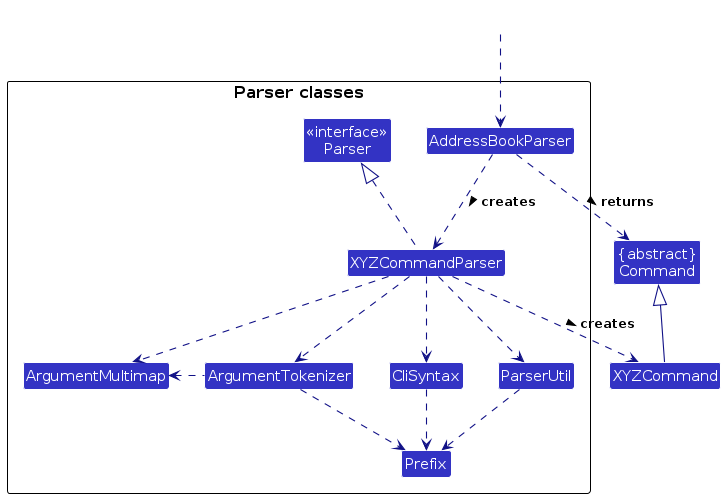
Before: diagrams/ParserClasses.png, a diagram exported from PlantUML (dloh2236/tp). Its source is kept beside it as diagrams/ParserClasses.puml. Source of this version:
```plantuml
@startuml
!include style.puml
skinparam arrowThickness 1.1
skinparam arrowColor LOGIC_COLOR_T4
skinparam classBackgroundColor LOGIC_COLOR

Class "{abstract}\nCommand" as Command
Class XYZCommand

package "Parser classes"{
Class "<<interface>>\nParser" as Parser
Class AddressBookParser
Class XYZCommandParser
Class CliSyntax
Class ParserUtil
Class ArgumentMultimap
Class ArgumentTokenizer
Class Prefix
}

Class HiddenOutside #FFFFFF
HiddenOutside ..> AddressBookParser

AddressBookParser .down.> XYZCommandParser: creates >

XYZCommandParser ..> XYZCommand : creates >
AddressBookParser ..> Command : returns >
XYZCommandParser .up.|> Parser
XYZCommandParser ..> ArgumentMultimap
XYZCommandParser ..> ArgumentTokenizer
ArgumentTokenizer .left.> ArgumentMultimap
XYZCommandParser ..> CliSyntax
CliSyntax ..> Prefix
XYZCommandParser ..> ParserUtil
ParserUtil .down.> Prefix
ArgumentTokenizer .down.> Prefix
XYZCommand -up-|> Command
@enduml
```
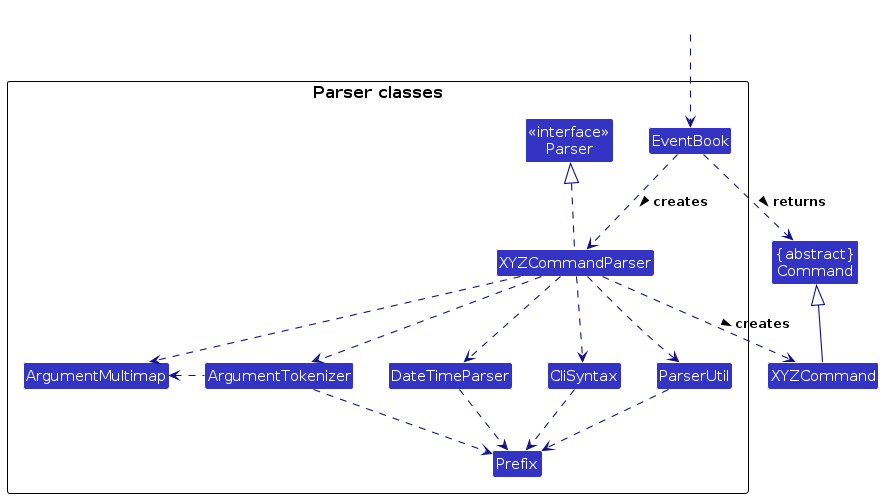
Later version of the same file.

Diff of the diagram source:
```diff
@@ -9,8 +9,9 @@
 
 package "Parser classes"{
 Class "<<interface>>\nParser" as Parser
-Class AddressBookParser
+Class EventBook
 Class XYZCommandParser
+Class DateTimeParser
 Class CliSyntax
 Class ParserUtil
 Class ArgumentMultimap
@@ -19,17 +20,19 @@
 }
 
 Class HiddenOutside #FFFFFF
-HiddenOutside ..> AddressBookParser
+HiddenOutside ..> EventBook
 
-AddressBookParser .down.> XYZCommandParser: creates >
+EventBook .down.> XYZCommandParser: creates >
 
 XYZCommandParser ..> XYZCommand : creates >
-AddressBookParser ..> Command : returns >
+EventBook ..> Command : returns >
 XYZCommandParser .up.|> Parser
 XYZCommandParser ..> ArgumentMultimap
 XYZCommandParser ..> ArgumentTokenizer
 ArgumentTokenizer .left.> ArgumentMultimap
 XYZCommandParser ..> CliSyntax
+XYZCommandParser ..> DateTimeParser
+DateTimeParser .down.> Prefix
 CliSyntax ..> Prefix
 XYZCommandParser ..> ParserUtil
 ParserUtil .down.> Prefix
```
